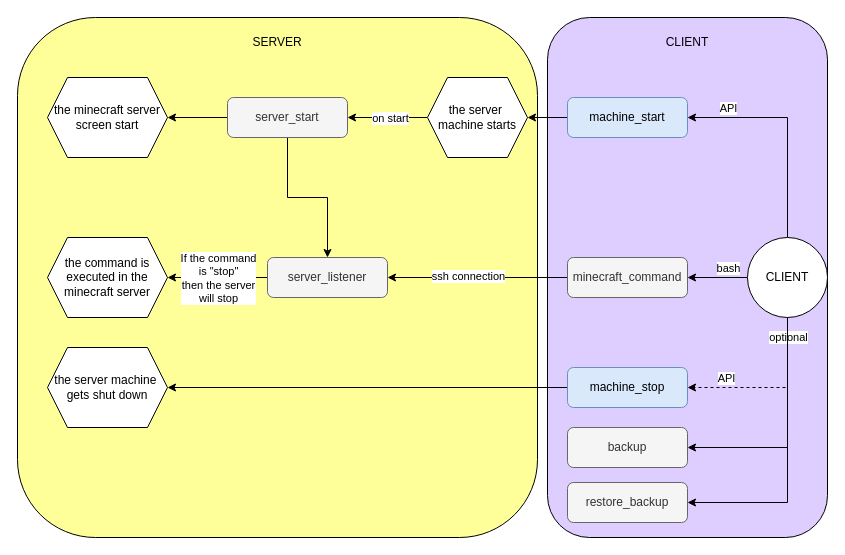
The draw.io diagram img/framework.drawio in StudiousPillow/MinecraftHostOnOff, before the edit. Source tidied: cells renumbered, new cells numbered last; positions are measured from the earlier drawing's top-left corner, leaving out a move shared by most shapes. Both pictures are drawn from the tidied source at 100%, with x=0, y=0 at pixel (17, 17).
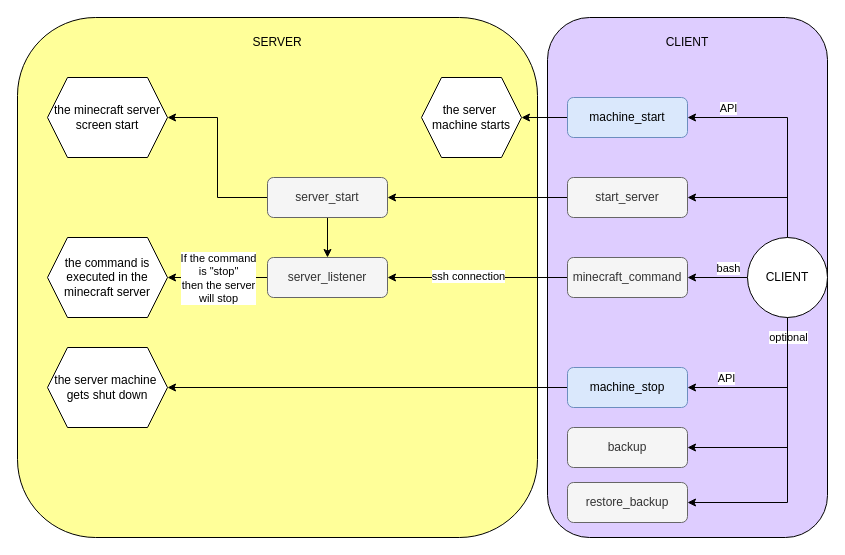
The same page after the edit.

The change refers to these unchanged cells:
```xml
<mxCell id="22" value="CLIENT" style="ellipse;whiteSpace=wrap;html=1;" parent="1" vertex="1">
  <mxGeometry x="730" y="220" width="80" height="80" as="geometry" />
</mxCell>
<mxCell id="32" value="&lt;div&gt;&lt;div&gt;machine_stop&lt;/div&gt;&lt;/div&gt;" style="rounded=1;whiteSpace=wrap;html=1;fontSize=12;glass=0;strokeWidth=1;shadow=0;fillColor=#dae8fc;strokeColor=#6c8ebf;" parent="1" vertex="1">
  <mxGeometry x="550" y="350" width="120" height="40" as="geometry" />
</mxCell>
```

Diff of the diagram source:
```diff
@@
     <mxCell id="6" value="server_start" style="rounded=1;whiteSpace=wrap;html=1;fontSize=12;glass=0;strokeWidth=1;shadow=0;fillColor=#f5f5f5;fontColor=#333333;strokeColor=#666666;" parent="1" vertex="1">
-      <mxGeometry x="210" y="80" width="120" height="40" as="geometry" />
+      <mxGeometry x="250" y="160" width="120" height="40" as="geometry" />
     </mxCell>
@@
-    <mxCell id="17" style="edgeStyle=orthogonalEdgeStyle;rounded=0;jettySize=auto;html=1;exitX=0.5;exitY=1;exitDx=0;exitDy=0;entryX=1;entryY=0.5;entryDx=0;entryDy=0;dashed=1;" parent="1" edge="1" source="22" target="32">
+    <mxCell id="17" style="edgeStyle=orthogonalEdgeStyle;rounded=0;jettySize=auto;html=1;exitX=0.5;exitY=1;exitDx=0;exitDy=0;entryX=1;entryY=0.5;entryDx=0;entryDy=0;" parent="1" edge="1" source="22" target="32">
       <mxGeometry relative="1" as="geometry" />
     </mxCell>
@@
+    <mxCell id="37" style="edgeStyle=orthogonalEdgeStyle;rounded=0;jettySize=auto;html=1;exitX=0.5;exitY=0;exitDx=0;exitDy=0;entryX=1;entryY=0.5;entryDx=0;entryDy=0;" parent="1" edge="1" source="22" target="39">
+      <mxGeometry relative="1" as="geometry" />
+    </mxCell>
@@
-    <mxCell id="25" style="edgeStyle=orthogonalEdgeStyle;rounded=0;jettySize=auto;html=1;exitX=0;exitY=0.5;exitDx=0;exitDy=0;entryX=1;entryY=0.5;entryDx=0;entryDy=0;" parent="1" edge="1" source="27" target="6">
-      <mxGeometry relative="1" as="geometry" />
-    </mxCell>
-    <mxCell id="26" value="on start" style="edgeLabel;html=1;align=center;verticalAlign=middle;" parent="25" vertex="1">
-      <mxGeometry x="-0.33" relative="1" as="geometry">
-        <mxPoint x="-11" as="offset" />
-      </mxGeometry>
-    </mxCell>
     <mxCell id="27" value="the server&amp;nbsp;&lt;div&gt;machine starts&lt;/div&gt;" style="shape=hexagon;perimeter=hexagonPerimeter2;whiteSpace=wrap;html=1;fixedSize=1;" parent="1" vertex="1">
-      <mxGeometry x="410" y="60" width="100" height="80" as="geometry" />
+      <mxGeometry x="404" y="60" width="100" height="80" as="geometry" />
     </mxCell>
@@
+    <mxCell id="38" style="edgeStyle=orthogonalEdgeStyle;rounded=0;jettySize=auto;html=1;exitX=0;exitY=0.5;exitDx=0;exitDy=0;entryX=1;entryY=0.5;entryDx=0;entryDy=0;" parent="1" edge="1" source="39" target="6">
+      <mxGeometry relative="1" as="geometry" />
+    </mxCell>
+    <mxCell id="39" value="start_server" style="rounded=1;whiteSpace=wrap;html=1;fontSize=12;glass=0;strokeWidth=1;shadow=0;fillColor=#f5f5f5;fontColor=#333333;strokeColor=#666666;" parent="1" vertex="1">
+      <mxGeometry x="550" y="160" width="120" height="40" as="geometry" />
+    </mxCell>
```
